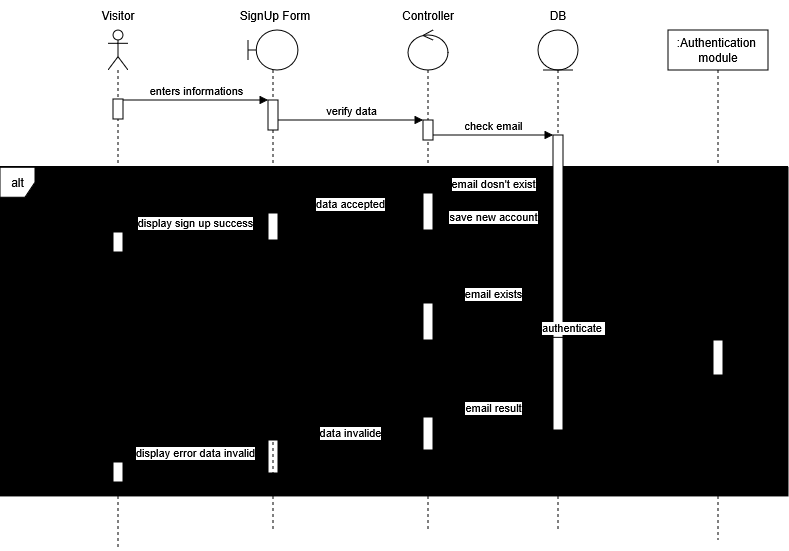
Before: uml diagram/createAccount_sequence.png, a diagram exported from draw.io (rayenbenyoussef/Jci_Manager). Source tidied: cells renumbered, new cells last; positions are measured from the earlier drawing's top-left corner, leaving out a move shared by most shapes. Source of this version:
```xml
<mxGraphModel>
  <root>
    <mxCell id="0" />
    <mxCell id="1" parent="0" />
    <mxCell id="2" style="group;fillColor=light-dark(#000000,transparent);" parent="1" vertex="1">
      <mxGeometry y="166" width="788" height="330" as="geometry" />
    </mxCell>
    <mxCell id="3" value="alt" style="shape=umlFrame;whiteSpace=wrap;html=1;width=35;height=30;" parent="2" vertex="1">
      <mxGeometry y="1.3" width="788" height="328.7" as="geometry" />
    </mxCell>
    <mxCell id="4" value="[dataIsValid]" style="text;html=1;whiteSpace=wrap;strokeColor=none;fillColor=none;align=center;verticalAlign=middle;rounded=0;" parent="2" vertex="1">
      <mxGeometry x="33.7" width="78.6" height="39.1" as="geometry" />
    </mxCell>
    <mxCell id="5" style="group;" parent="2" vertex="1">
      <mxGeometry y="98.5" width="784" height="39.1" as="geometry" />
    </mxCell>
    <mxCell id="6" style="endArrow=none;dashed=1;html=1;rounded=0;exitX=0;exitY=0.615;exitDx=0;exitDy=0;exitPerimeter=0;entryX=1.001;entryY=0.615;entryDx=0;entryDy=0;entryPerimeter=0;" parent="5" edge="1">
      <mxGeometry relative="1" as="geometry">
        <mxPoint y="2.9" as="sourcePoint" />
        <mxPoint x="784" y="2.9" as="targetPoint" />
      </mxGeometry>
    </mxCell>
    <mxCell id="7" value="[email exists]" style="text;html=1;whiteSpace=wrap;strokeColor=none;fillColor=none;align=center;verticalAlign=middle;rounded=0;" parent="5" vertex="1">
      <mxGeometry x="18" width="110" height="39.1" as="geometry" />
    </mxCell>
    <mxCell id="8" style="group;" parent="2" vertex="1">
      <mxGeometry y="215" width="784" height="39.1" as="geometry" />
    </mxCell>
    <mxCell id="9" style="endArrow=none;dashed=1;html=1;rounded=0;exitX=0;exitY=0.615;exitDx=0;exitDy=0;exitPerimeter=0;entryX=1.001;entryY=0.615;entryDx=0;entryDy=0;entryPerimeter=0;" parent="8" edge="1">
      <mxGeometry relative="1" as="geometry">
        <mxPoint y="2.9" as="sourcePoint" />
        <mxPoint x="784" y="2.9" as="targetPoint" />
      </mxGeometry>
    </mxCell>
    <mxCell id="10" value="[else]" style="text;html=1;whiteSpace=wrap;strokeColor=none;fillColor=none;align=center;verticalAlign=middle;rounded=0;" parent="8" vertex="1">
      <mxGeometry x="16.1" width="110" height="39.1" as="geometry" />
    </mxCell>
    <mxCell id="11" style="html=1;points=[[0,0,0,0,5],[0,1,0,0,-5],[1,0,0,0,5],[1,1,0,0,-5]];perimeter=orthogonalPerimeter;outlineConnect=0;targetShapes=umlLifeline;portConstraint=eastwest;newEdgeStyle={&quot;curved&quot;:0,&quot;rounded&quot;:0};" parent="2" vertex="1">
      <mxGeometry x="268" y="274" width="10" height="33" as="geometry" />
    </mxCell>
    <mxCell id="12" style="shape=umlLifeline;perimeter=lifelinePerimeter;whiteSpace=wrap;html=1;newEdgeStyle={&quot;curved&quot;:0,&quot;rounded&quot;:0};participant=umlActor;fillColor=light-dark(#FFFFFF,transparent);strokeColor=light-dark(#000000,#FFFFFF);" parent="1" vertex="1">
      <mxGeometry x="108" y="30" width="20" height="520" as="geometry" />
    </mxCell>
    <mxCell id="13" style="html=1;perimeter=orthogonalPerimeter;targetShapes=umlLifeline;newEdgeStyle={&quot;curved&quot;:0,&quot;rounded&quot;:0};" parent="12" vertex="1">
      <mxGeometry x="5" y="69" width="10" height="20" as="geometry" />
    </mxCell>
    <mxCell id="14" style="html=1;perimeter=orthogonalPerimeter;targetShapes=umlLifeline;newEdgeStyle={&quot;curved&quot;:0,&quot;rounded&quot;:0};" parent="12" vertex="1">
      <mxGeometry x="5" y="202" width="10" height="20" as="geometry" />
    </mxCell>
    <mxCell id="15" style="html=1;perimeter=orthogonalPerimeter;targetShapes=umlLifeline;newEdgeStyle={&quot;curved&quot;:0,&quot;rounded&quot;:0};" parent="12" vertex="1">
      <mxGeometry x="5" y="432" width="10" height="20" as="geometry" />
    </mxCell>
    <mxCell id="16" value="&lt;span style=&quot;color: light-dark(rgb(0, 0, 0), rgb(255, 255, 255));&quot;&gt;Visitor&lt;/span&gt;" style="text;html=1;whiteSpace=wrap;strokeColor=none;fillColor=none;align=center;verticalAlign=middle;rounded=0;" parent="1" vertex="1">
      <mxGeometry x="88" width="60" height="30" as="geometry" />
    </mxCell>
    <mxCell id="17" style="group;" parent="1" vertex="1">
      <mxGeometry x="503" width="110" height="530" as="geometry" />
    </mxCell>
    <mxCell id="18" style="shape=umlLifeline;perimeter=lifelinePerimeter;whiteSpace=wrap;html=1;newEdgeStyle={&quot;curved&quot;:0,&quot;rounded&quot;:0};participant=umlEntity;" parent="17" vertex="1">
      <mxGeometry x="35" y="30" width="40" height="500" as="geometry" />
    </mxCell>
    <mxCell id="19" value="DB" style="text;html=1;whiteSpace=wrap;strokeColor=none;fillColor=none;align=center;verticalAlign=middle;rounded=0;" parent="17" vertex="1">
      <mxGeometry width="110" height="30" as="geometry" />
    </mxCell>
    <mxCell id="20" style="html=1;points=[[0,0,0,0,5],[0,1,0,0,-5],[1,0,0,0,5],[1,1,0,0,-5]];perimeter=orthogonalPerimeter;outlineConnect=0;targetShapes=umlLifeline;portConstraint=eastwest;newEdgeStyle={&quot;curved&quot;:0,&quot;rounded&quot;:0};" parent="17" vertex="1">
      <mxGeometry x="50" y="135" width="10" height="295" as="geometry" />
    </mxCell>
    <mxCell id="21" value="enters informations" style="html=1;verticalAlign=bottom;endArrow=block;curved=0;rounded=0;strokeColor=light-dark(#000000,#FFFFFF);" parent="1" edge="1">
      <mxGeometry relative="1" as="geometry">
        <mxPoint x="123" y="100" as="sourcePoint" />
        <mxPoint x="268" y="100" as="targetPoint" />
      </mxGeometry>
    </mxCell>
    <mxCell id="22" value="verify data" style="html=1;verticalAlign=bottom;endArrow=block;curved=0;rounded=0;" parent="1" edge="1" source="38" target="30">
      <mxGeometry relative="1" as="geometry">
        <Array as="points">
          <mxPoint x="358" y="120" />
        </Array>
      </mxGeometry>
    </mxCell>
    <mxCell id="23" value="data accepted" style="html=1;verticalAlign=bottom;endArrow=open;dashed=1;endSize=8;curved=0;rounded=0;" parent="1" edge="1" source="26" target="39">
      <mxGeometry relative="1" as="geometry" />
    </mxCell>
    <mxCell id="24" style="group;" parent="1" vertex="1">
      <mxGeometry x="373" width="110" height="530" as="geometry" />
    </mxCell>
    <mxCell id="25" style="shape=umlLifeline;perimeter=lifelinePerimeter;whiteSpace=wrap;html=1;newEdgeStyle={&quot;curved&quot;:0,&quot;rounded&quot;:0};participant=umlControl;" parent="24" vertex="1">
      <mxGeometry x="35" y="30" width="40" height="500" as="geometry" />
    </mxCell>
    <mxCell id="26" style="html=1;points=[[0,0,0,0,5],[0,1,0,0,-5],[1,0,0,0,5],[1,1,0,0,-5]];perimeter=orthogonalPerimeter;outlineConnect=0;targetShapes=umlLifeline;portConstraint=eastwest;newEdgeStyle={&quot;curved&quot;:0,&quot;rounded&quot;:0};" parent="25" vertex="1">
      <mxGeometry x="15" y="163" width="10" height="37" as="geometry" />
    </mxCell>
    <mxCell id="27" style="html=1;points=[[0,0,0,0,5],[0,1,0,0,-5],[1,0,0,0,5],[1,1,0,0,-5]];perimeter=orthogonalPerimeter;outlineConnect=0;targetShapes=umlLifeline;portConstraint=eastwest;newEdgeStyle={&quot;curved&quot;:0,&quot;rounded&quot;:0};" parent="25" vertex="1">
      <mxGeometry x="15" y="273" width="10" height="37" as="geometry" />
    </mxCell>
    <mxCell id="28" style="html=1;points=[[0,0,0,0,5],[0,1,0,0,-5],[1,0,0,0,5],[1,1,0,0,-5]];perimeter=orthogonalPerimeter;outlineConnect=0;targetShapes=umlLifeline;portConstraint=eastwest;newEdgeStyle={&quot;curved&quot;:0,&quot;rounded&quot;:0};" parent="25" vertex="1">
      <mxGeometry x="15" y="387" width="10" height="33" as="geometry" />
    </mxCell>
    <mxCell id="29" value="Controller" style="text;html=1;whiteSpace=wrap;strokeColor=none;fillColor=none;align=center;verticalAlign=middle;rounded=0;" parent="24" vertex="1">
      <mxGeometry width="110" height="30" as="geometry" />
    </mxCell>
    <mxCell id="30" style="html=1;points=[[0,0,0,0,5],[0,1,0,0,-5],[1,0,0,0,5],[1,1,0,0,-5]];perimeter=orthogonalPerimeter;outlineConnect=0;targetShapes=umlLifeline;portConstraint=eastwest;newEdgeStyle={&quot;curved&quot;:0,&quot;rounded&quot;:0};" parent="24" vertex="1">
      <mxGeometry x="50" y="120" width="10" height="20" as="geometry" />
    </mxCell>
    <mxCell id="31" value="save new account" style="html=1;verticalAlign=bottom;endArrow=block;curved=0;rounded=0;" parent="1" edge="1">
      <mxGeometry relative="1" as="geometry">
        <mxPoint x="433" y="225.5" as="sourcePoint" />
        <mxPoint x="553" y="225.5" as="targetPoint" />
      </mxGeometry>
    </mxCell>
    <mxCell id="32" value="check email" style="html=1;verticalAlign=bottom;endArrow=block;curved=0;rounded=0;" parent="1" edge="1" source="30" target="20">
      <mxGeometry relative="1" as="geometry" />
    </mxCell>
    <mxCell id="33" value="email dosn't exist" style="html=1;verticalAlign=bottom;endArrow=open;dashed=1;endSize=8;curved=0;rounded=0;" parent="1" edge="1">
      <mxGeometry relative="1" as="geometry">
        <mxPoint x="553" y="193" as="sourcePoint" />
        <mxPoint x="433" y="193" as="targetPoint" />
      </mxGeometry>
    </mxCell>
    <mxCell id="34" value="display sign up success" style="html=1;verticalAlign=bottom;endArrow=block;curved=0;rounded=0;" parent="1" edge="1">
      <mxGeometry relative="1" as="geometry">
        <mxPoint x="268" y="232" as="sourcePoint" />
        <mxPoint x="123" y="232" as="targetPoint" />
      </mxGeometry>
    </mxCell>
    <mxCell id="35" style="group;" parent="1" vertex="1">
      <mxGeometry x="218" width="110" height="530" as="geometry" />
    </mxCell>
    <mxCell id="36" style="shape=umlLifeline;perimeter=lifelinePerimeter;whiteSpace=wrap;html=1;newEdgeStyle={&quot;curved&quot;:0,&quot;rounded&quot;:0};participant=umlBoundary;" parent="35" vertex="1">
      <mxGeometry x="30" y="30" width="50" height="500" as="geometry" />
    </mxCell>
    <mxCell id="37" value="SignUp Form" style="text;html=1;whiteSpace=wrap;strokeColor=none;fillColor=none;align=center;verticalAlign=middle;rounded=0;" parent="35" vertex="1">
      <mxGeometry x="2" width="110" height="30" as="geometry" />
    </mxCell>
    <mxCell id="38" style="html=1;points=[[0,0,0,0,5],[0,1,0,0,-5],[1,0,0,0,5],[1,1,0,0,-5]];perimeter=orthogonalPerimeter;outlineConnect=0;targetShapes=umlLifeline;portConstraint=eastwest;newEdgeStyle={&quot;curved&quot;:0,&quot;rounded&quot;:0};" parent="35" vertex="1">
      <mxGeometry x="50" y="100" width="10" height="30" as="geometry" />
    </mxCell>
    <mxCell id="39" style="html=1;points=[[0,0,0,0,5],[0,1,0,0,-5],[1,0,0,0,5],[1,1,0,0,-5]];perimeter=orthogonalPerimeter;outlineConnect=0;targetShapes=umlLifeline;portConstraint=eastwest;newEdgeStyle={&quot;curved&quot;:0,&quot;rounded&quot;:0};" parent="35" vertex="1">
      <mxGeometry x="50" y="213" width="10" height="27" as="geometry" />
    </mxCell>
    <mxCell id="40" value="email exists" style="html=1;verticalAlign=bottom;endArrow=open;dashed=1;endSize=8;curved=0;rounded=0;" parent="1" edge="1" source="20" target="27">
      <mxGeometry relative="1" as="geometry" />
    </mxCell>
    <mxCell id="41" value="&lt;div&gt;:Authentication&amp;nbsp;&lt;/div&gt;&lt;div&gt;module&lt;/div&gt;" style="shape=umlLifeline;perimeter=lifelinePerimeter;whiteSpace=wrap;html=1;newEdgeStyle={&quot;curved&quot;:0,&quot;rounded&quot;:0};" parent="1" vertex="1">
      <mxGeometry x="668" y="30" width="100" height="510" as="geometry" />
    </mxCell>
    <mxCell id="42" style="html=1;perimeter=orthogonalPerimeter;targetShapes=umlLifeline;newEdgeStyle={&quot;curved&quot;:0,&quot;rounded&quot;:0};" parent="41" vertex="1">
      <mxGeometry x="45" y="310" width="10" height="35" as="geometry" />
    </mxCell>
    <mxCell id="43" value="authenticate&amp;nbsp;" style="html=1;verticalAlign=bottom;endArrow=block;curved=0;rounded=0;" parent="1" edge="1" source="27">
      <mxGeometry relative="1" as="geometry">
        <mxPoint x="713" y="338" as="targetPoint" />
        <Array as="points">
          <mxPoint x="478" y="337" />
        </Array>
      </mxGeometry>
    </mxCell>
    <mxCell id="44" value="email result" style="html=1;verticalAlign=bottom;endArrow=open;dashed=1;endSize=8;curved=0;rounded=0;" parent="1" edge="1" source="20" target="28">
      <mxGeometry relative="1" as="geometry" />
    </mxCell>
    <mxCell id="45" value="data invalide" style="html=1;verticalAlign=bottom;endArrow=open;dashed=1;endSize=8;curved=0;rounded=0;" parent="1" edge="1" target="11">
      <mxGeometry relative="1" as="geometry">
        <mxPoint x="423" y="442" as="sourcePoint" />
      </mxGeometry>
    </mxCell>
    <mxCell id="46" value="display error data invalid" style="html=1;verticalAlign=bottom;endArrow=block;curved=0;rounded=0;" parent="1" edge="1" source="11">
      <mxGeometry relative="1" as="geometry">
        <mxPoint x="123" y="462" as="targetPoint" />
      </mxGeometry>
    </mxCell>
  </root>
</mxGraphModel>
```
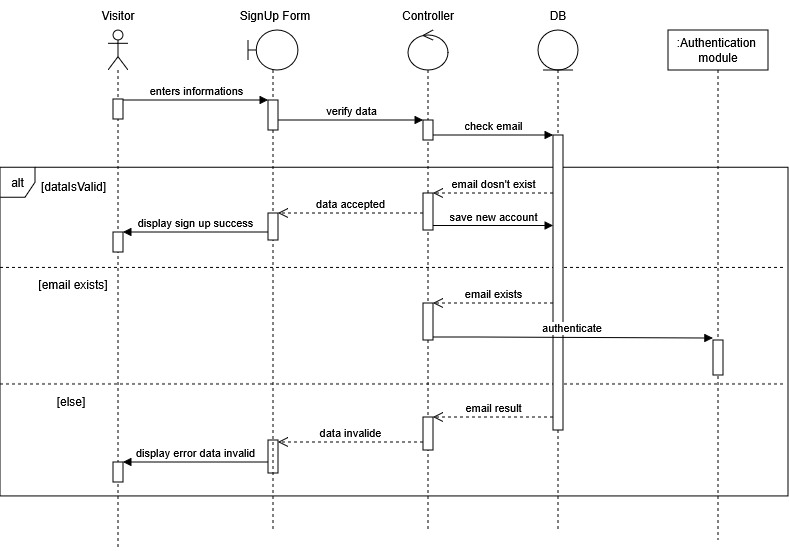
Later version of the same file.

The edit, as a diff of the source:
```diff
@@ -2,7 +2,7 @@
   <root>
     <mxCell id="0" />
     <mxCell id="1" parent="0" />
-    <mxCell id="2" style="group;fillColor=light-dark(#000000,transparent);" parent="1" vertex="1">
+    <mxCell id="2" style="group;fillColor=none;" parent="1" vertex="1">
       <mxGeometry y="166" width="788" height="330" as="geometry" />
     </mxCell>
     <mxCell id="3" value="alt" style="shape=umlFrame;whiteSpace=wrap;html=1;width=35;height=30;" parent="2" vertex="1">
```
